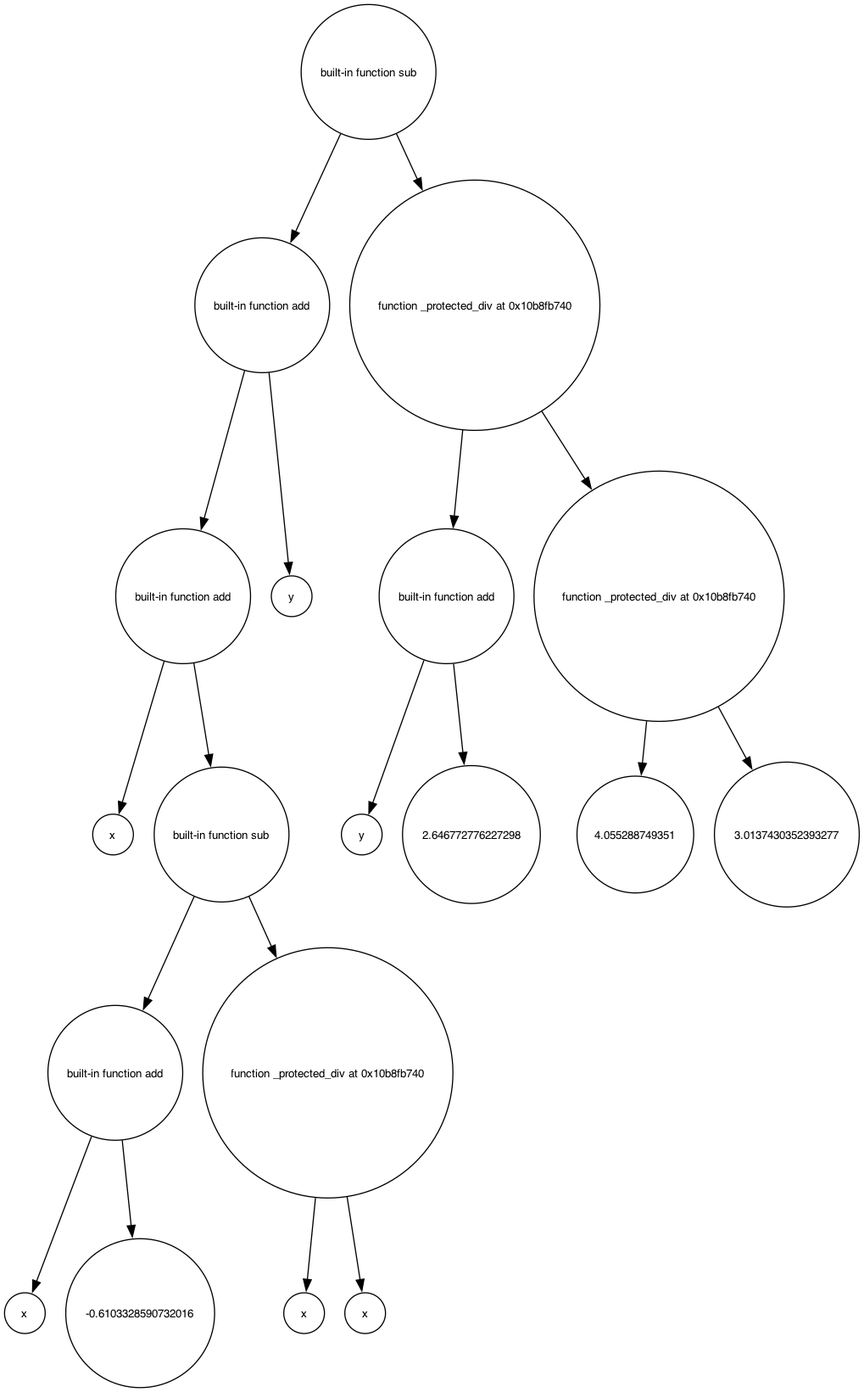
Before: output/best_tree.gv.png, a diagram exported from Graphviz (Tarequzzaman/symbolic-regression-gp). Its source is kept beside it as output/best_tree.gv.
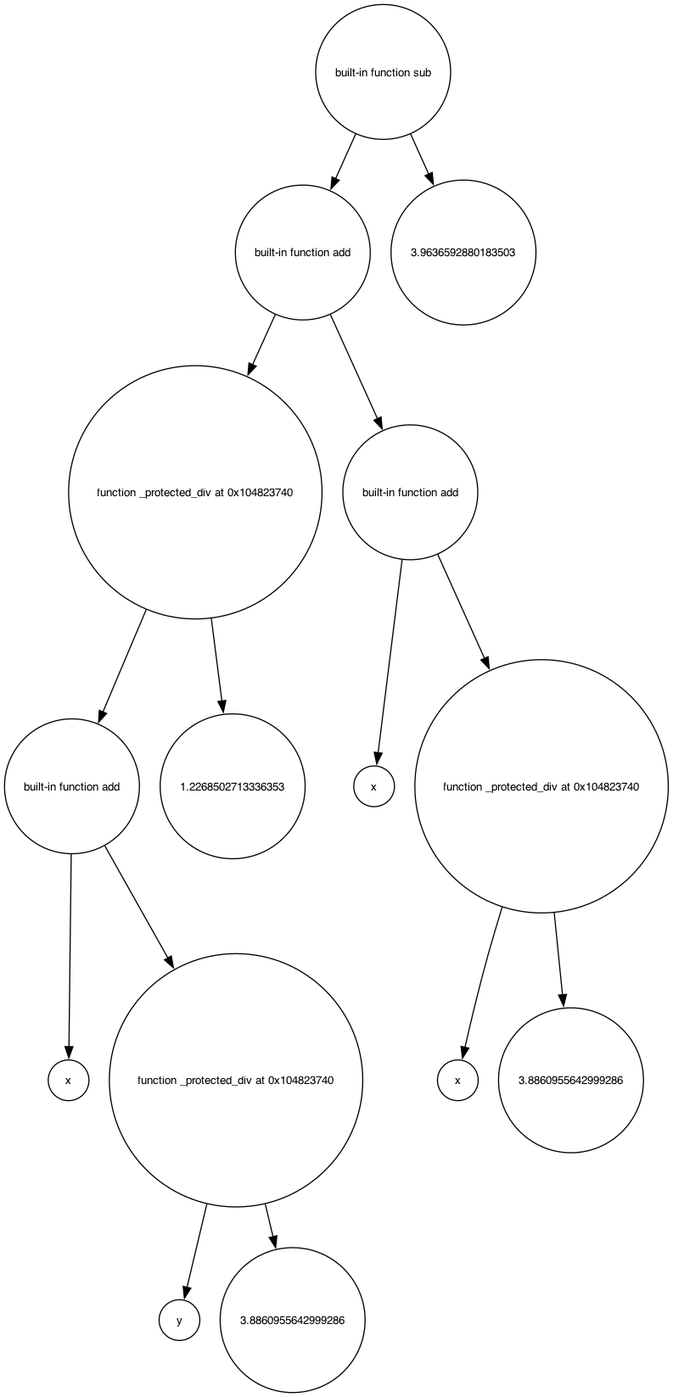
The same diagram one commit later.

Change to the diagram source:
```diff
@@ -4,37 +4,29 @@
 	n0 -> n0_0
 	n0_0 [label=<built-in function add>]
 	n0_0 -> n0_0_0
-	n0_0_0 [label=<built-in function add>]
+	n0_0_0 [label=<function _protected_div at 0x104823740>]
 	n0_0_0 -> n0_0_0_0
-	n0_0_0_0 [label=x]
+	n0_0_0_0 [label=<built-in function add>]
+	n0_0_0_0 -> n0_0_0_0_0
+	n0_0_0_0_0 [label=x]
+	n0_0_0_0 -> n0_0_0_0_1
+	n0_0_0_0_1 [label=<function _protected_div at 0x104823740>]
+	n0_0_0_0_1 -> n0_0_0_0_1_0
+	n0_0_0_0_1_0 [label=y]
+	n0_0_0_0_1 -> n0_0_0_0_1_1
+	n0_0_0_0_1_1 [label=3.8860955642999286]
 	n0_0_0 -> n0_0_0_1
-	n0_0_0_1 [label=<built-in function sub>]
-	n0_0_0_1 -> n0_0_0_1_0
-	n0_0_0_1_0 [label=<built-in function add>]
-	n0_0_0_1_0 -> n0_0_0_1_0_0
-	n0_0_0_1_0_0 [label=x]
-	n0_0_0_1_0 -> n0_0_0_1_0_1
-	n0_0_0_1_0_1 [label=-0.6103328590732016]
-	n0_0_0_1 -> n0_0_0_1_1
-	n0_0_0_1_1 [label=<function _protected_div at 0x10b8fb740>]
-	n0_0_0_1_1 -> n0_0_0_1_1_0
-	n0_0_0_1_1_0 [label=x]
-	n0_0_0_1_1 -> n0_0_0_1_1_1
-	n0_0_0_1_1_1 [label=x]
+	n0_0_0_1 [label=1.2268502713336353]
 	n0_0 -> n0_0_1
-	n0_0_1 [label=y]
+	n0_0_1 [label=<built-in function add>]
+	n0_0_1 -> n0_0_1_0
+	n0_0_1_0 [label=x]
+	n0_0_1 -> n0_0_1_1
+	n0_0_1_1 [label=<function _protected_div at 0x104823740>]
+	n0_0_1_1 -> n0_0_1_1_0
+	n0_0_1_1_0 [label=x]
+	n0_0_1_1 -> n0_0_1_1_1
+	n0_0_1_1_1 [label=3.8860955642999286]
 	n0 -> n0_1
-	n0_1 [label=<function _protected_div at 0x10b8fb740>]
-	n0_1 -> n0_1_0
-	n0_1_0 [label=<built-in function add>]
-	n0_1_0 -> n0_1_0_0
-	n0_1_0_0 [label=y]
-	n0_1_0 -> n0_1_0_1
-	n0_1_0_1 [label=2.646772776227298]
-	n0_1 -> n0_1_1
-	n0_1_1 [label=<function _protected_div at 0x10b8fb740>]
-	n0_1_1 -> n0_1_1_0
-	n0_1_1_0 [label=4.055288749351]
-	n0_1_1 -> n0_1_1_1
-	n0_1_1_1 [label=3.0137430352393277]
+	n0_1 [label=3.9636592880183503]
 }
```
